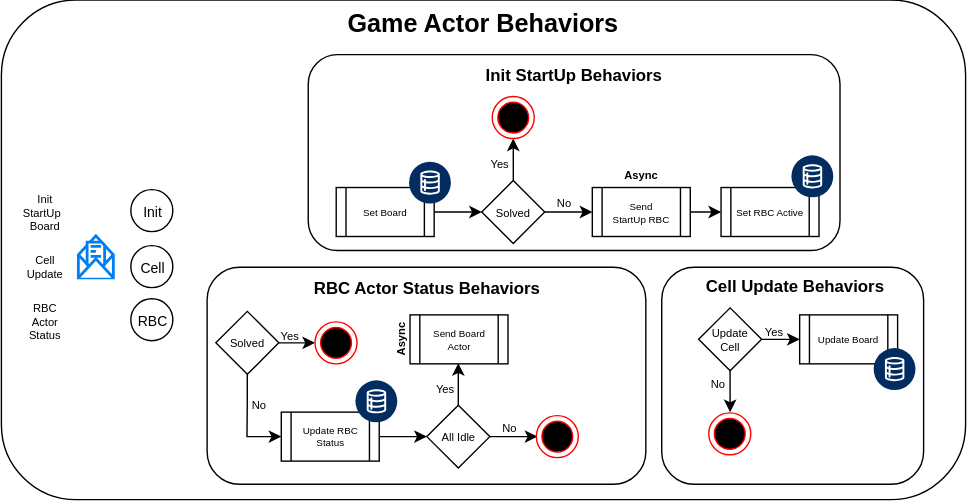
The draw.io diagram docs/GameActor.svg in sunlao/py_sudoku_solver, before a commit. Source tidied: cells renumbered, new cells last; positions are measured from the earlier drawing's top-left corner, leaving out a move shared by most shapes.
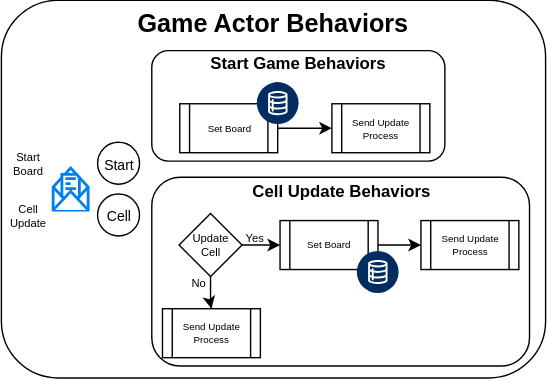
After the change.

Diff of the diagram source:
```diff
@@ -3,189 +3,79 @@
     <mxCell id="0" />
     <mxCell id="1" parent="0" />
     <mxCell id="2" style="rounded=1;whiteSpace=wrap;html=1;" parent="1" vertex="1">
-      <mxGeometry x="1" width="689" height="357" as="geometry" />
+      <mxGeometry x="1" width="389" height="270" as="geometry" />
     </mxCell>
     <mxCell id="3" style="rounded=1;whiteSpace=wrap;html=1;" parent="1" vertex="1">
-      <mxGeometry x="220.2" y="39" width="380" height="140" as="geometry" />
+      <mxGeometry x="108.5" y="36" width="209.5" height="79" as="geometry" />
     </mxCell>
-    <mxCell id="4" value="Init" style="ellipse;whiteSpace=wrap;html=1;fontSize=10;" parent="1" vertex="1">
-      <mxGeometry x="93.5" y="135.5" width="30" height="30" as="geometry" />
-    </mxCell>
     <mxCell id="5" value="Cell" style="ellipse;whiteSpace=wrap;html=1;fontSize=10;" parent="1" vertex="1">
-      <mxGeometry x="93.5" y="175.5" width="30" height="30" as="geometry" />
+      <mxGeometry x="69.8" y="138.5" width="30" height="30" as="geometry" />
     </mxCell>
     <mxCell id="6" style="html=1;verticalLabelPosition=bottom;align=center;labelBackgroundColor=#ffffff;verticalAlign=top;strokeWidth=2;strokeColor=#0080F0;shadow=0;dashed=0;shape=mxgraph.ios7.icons.envelope_(message);" parent="1" vertex="1">
-      <mxGeometry x="56" y="168.5" width="25" height="30" as="geometry" />
+      <mxGeometry x="38" y="120" width="25" height="30" as="geometry" />
     </mxCell>
-    <mxCell id="7" value="Init StartUp&amp;nbsp;&amp;nbsp;&lt;div&gt;Board&lt;/div&gt;" style="text;html=1;whiteSpace=wrap;strokeColor=none;fillColor=none;align=center;verticalAlign=middle;rounded=0;fontSize=8;" parent="1" vertex="1">
-      <mxGeometry x="17" y="136.5" width="30" height="30" as="geometry" />
-    </mxCell>
-    <mxCell id="8" style="edgeStyle=orthogonalEdgeStyle;rounded=0;jettySize=auto;html=1;" parent="1" edge="1" source="10" target="11">
-      <mxGeometry relative="1" as="geometry" />
-    </mxCell>
-    <mxCell id="9" style="edgeStyle=orthogonalEdgeStyle;rounded=0;jettySize=auto;html=1;" parent="1" edge="1" source="10" target="14">
-      <mxGeometry relative="1" as="geometry" />
-    </mxCell>
-    <mxCell id="10" value="Solved" style="rhombus;whiteSpace=wrap;html=1;fontSize=8;" parent="1" vertex="1">
-      <mxGeometry x="344.2" y="129" width="45" height="45" as="geometry" />
-    </mxCell>
-    <mxCell id="11" style="ellipse;html=1;shape=endState;fillColor=#000000;strokeColor=#ff0000;" parent="1" vertex="1">
-      <mxGeometry x="351.8" y="69" width="30" height="30" as="geometry" />
-    </mxCell>
-    <mxCell id="12" value="Yes" style="text;html=1;whiteSpace=wrap;strokeColor=none;fillColor=none;align=center;verticalAlign=middle;rounded=0;fontSize=8;" parent="1" vertex="1">
-      <mxGeometry x="347.2" y="111" width="20" height="12.5" as="geometry" />
-    </mxCell>
-    <mxCell id="13" style="edgeStyle=orthogonalEdgeStyle;rounded=0;jettySize=auto;html=1;" parent="1" edge="1" source="14" target="15">
-      <mxGeometry relative="1" as="geometry" />
-    </mxCell>
-    <mxCell id="14" value="Send &lt;br&gt;StartUp RBC" style="shape=process;whiteSpace=wrap;html=1;backgroundOutline=1;fontSize=7;" parent="1" vertex="1">
-      <mxGeometry x="423.2" y="134" width="70" height="35" as="geometry" />
-    </mxCell>
-    <mxCell id="15" value="Set RBC Active" style="shape=process;whiteSpace=wrap;html=1;backgroundOutline=1;fontSize=7;" parent="1" vertex="1">
-      <mxGeometry x="515.2" y="134" width="70" height="35" as="geometry" />
-    </mxCell>
-    <mxCell id="16" style="edgeStyle=orthogonalEdgeStyle;rounded=0;jettySize=auto;html=1;" parent="1" edge="1" source="17" target="10">
+    <mxCell id="16" style="edgeStyle=orthogonalEdgeStyle;rounded=0;jettySize=auto;html=1;entryX=0;entryY=0.5;entryDx=0;entryDy=0;" parent="1" edge="1" source="17" target="60">
       <mxGeometry relative="1" as="geometry" />
     </mxCell>
     <mxCell id="17" value="Set Board" style="shape=process;whiteSpace=wrap;html=1;backgroundOutline=1;fontSize=7;" parent="1" vertex="1">
-      <mxGeometry x="240.2" y="134" width="70" height="35" as="geometry" />
+      <mxGeometry x="128.5" y="74" width="70" height="35" as="geometry" />
     </mxCell>
     <mxCell id="18" style="verticalLabelPosition=bottom;html=1;shape=mxgraph.salesforce.data2;fillColorStyles=fillColor2,fillColor3;fillColor2=#032d60;fillColor3=#ffffff;fillColor=none;strokeColor=none;" parent="1" vertex="1">
-      <mxGeometry x="292.2" y="115.5" width="30" height="30" as="geometry" />
+      <mxGeometry x="183.5" y="58.5" width="30" height="30" as="geometry" />
     </mxCell>
-    <mxCell id="19" style="verticalLabelPosition=bottom;html=1;shape=mxgraph.salesforce.data2;fillColorStyles=fillColor2,fillColor3;fillColor2=#032d60;fillColor3=#ffffff;fillColor=none;strokeColor=none;" parent="1" vertex="1">
-      <mxGeometry x="565.5" y="111" width="30" height="30" as="geometry" />
-    </mxCell>
     <mxCell id="20" value="Cell Update" style="text;html=1;whiteSpace=wrap;strokeColor=none;fillColor=none;align=center;verticalAlign=middle;rounded=0;fontSize=8;" parent="1" vertex="1">
-      <mxGeometry x="17" y="176" width="30" height="30" as="geometry" />
+      <mxGeometry x="5.2" y="138.5" width="30" height="30" as="geometry" />
     </mxCell>
-    <mxCell id="21" value="Init StartUp Behaviors" style="text;html=1;whiteSpace=wrap;strokeColor=none;fillColor=none;align=center;verticalAlign=middle;rounded=0;fontStyle=1;" parent="1" vertex="1">
-      <mxGeometry x="219.8" y="39" width="380" height="30" as="geometry" />
+    <mxCell id="21" value="Start Game Behaviors" style="text;html=1;whiteSpace=wrap;strokeColor=none;fillColor=none;align=center;verticalAlign=middle;rounded=0;fontStyle=1;" parent="1" vertex="1">
+      <mxGeometry x="108" y="36" width="210" height="18" as="geometry" />
     </mxCell>
-    <mxCell id="22" value="No" style="text;html=1;whiteSpace=wrap;strokeColor=none;fillColor=none;align=center;verticalAlign=middle;rounded=0;fontSize=8;" parent="1" vertex="1">
-      <mxGeometry x="393.2" y="139" width="20" height="12.5" as="geometry" />
-    </mxCell>
-    <mxCell id="23" value="End" style="text;html=1;whiteSpace=wrap;strokeColor=none;fillColor=none;align=center;verticalAlign=middle;rounded=0;fontSize=8;fontColor=light-dark(#000000,#000000);" parent="1" vertex="1">
-      <mxGeometry x="356.2" y="77.8" width="20" height="12.5" as="geometry" />
-    </mxCell>
-    <mxCell id="24" style="rounded=1;whiteSpace=wrap;html=1;" parent="1" vertex="1">
-      <mxGeometry x="148" y="191" width="313.5" height="155" as="geometry" />
-    </mxCell>
-    <mxCell id="25" value="RBC Actor Status Behaviors" style="text;html=1;whiteSpace=wrap;strokeColor=none;fillColor=none;align=center;verticalAlign=middle;rounded=0;fontStyle=1;" parent="1" vertex="1">
-      <mxGeometry x="150" y="191" width="310" height="30" as="geometry" />
-    </mxCell>
-    <mxCell id="26" style="edgeStyle=orthogonalEdgeStyle;rounded=0;jettySize=auto;html=1;" parent="1" edge="1" source="28">
-      <mxGeometry relative="1" as="geometry">
-        <mxPoint x="327.5" y="259.5" as="targetPoint" />
-      </mxGeometry>
-    </mxCell>
-    <mxCell id="27" style="edgeStyle=orthogonalEdgeStyle;rounded=0;jettySize=auto;html=1;" parent="1" edge="1" source="28">
-      <mxGeometry relative="1" as="geometry">
-        <mxPoint x="384" y="312" as="targetPoint" />
-      </mxGeometry>
-    </mxCell>
-    <mxCell id="28" value="All Idle" style="rhombus;whiteSpace=wrap;html=1;fontSize=8;" parent="1" vertex="1">
-      <mxGeometry x="305" y="289.5" width="45" height="45" as="geometry" />
-    </mxCell>
-    <mxCell id="29" value="Yes" style="text;html=1;whiteSpace=wrap;strokeColor=none;fillColor=none;align=center;verticalAlign=middle;rounded=0;fontSize=8;" parent="1" vertex="1">
-      <mxGeometry x="308" y="271.5" width="20" height="12.5" as="geometry" />
-    </mxCell>
-    <mxCell id="30" style="edgeStyle=orthogonalEdgeStyle;rounded=0;jettySize=auto;html=1;" parent="1" edge="1" source="31" target="28">
-      <mxGeometry relative="1" as="geometry" />
-    </mxCell>
-    <mxCell id="31" value="Update RBC Status" style="shape=process;whiteSpace=wrap;html=1;backgroundOutline=1;fontSize=7;" parent="1" vertex="1">
-      <mxGeometry x="201" y="294.5" width="70" height="35" as="geometry" />
-    </mxCell>
-    <mxCell id="32" style="verticalLabelPosition=bottom;html=1;shape=mxgraph.salesforce.data2;fillColorStyles=fillColor2,fillColor3;fillColor2=#032d60;fillColor3=#ffffff;fillColor=none;strokeColor=none;" parent="1" vertex="1">
-      <mxGeometry x="253.9" y="271.8" width="30" height="30" as="geometry" />
-    </mxCell>
-    <mxCell id="33" value="No" style="text;html=1;whiteSpace=wrap;strokeColor=none;fillColor=none;align=center;verticalAlign=middle;rounded=0;fontSize=8;" parent="1" vertex="1">
-      <mxGeometry x="354" y="299.5" width="20" height="12.5" as="geometry" />
-    </mxCell>
-    <mxCell id="34" value="Send Board Actor" style="shape=process;whiteSpace=wrap;html=1;backgroundOutline=1;fontSize=7;" parent="1" vertex="1">
-      <mxGeometry x="293" y="225" width="70" height="35" as="geometry" />
-    </mxCell>
-    <mxCell id="35" value="RBC" style="ellipse;whiteSpace=wrap;html=1;fontSize=10;" parent="1" vertex="1">
-      <mxGeometry x="93.5" y="213.5" width="30" height="30" as="geometry" />
-    </mxCell>
-    <mxCell id="36" value="RBC Actor Status" style="text;html=1;whiteSpace=wrap;strokeColor=none;fillColor=none;align=center;verticalAlign=middle;rounded=0;fontSize=8;" parent="1" vertex="1">
-      <mxGeometry x="17" y="215" width="30" height="30" as="geometry" />
-    </mxCell>
-    <mxCell id="37" value="Async" style="text;html=1;whiteSpace=wrap;strokeColor=none;fillColor=none;align=center;verticalAlign=middle;rounded=0;fontSize=8;fontStyle=1;" parent="1" vertex="1">
-      <mxGeometry x="448.2" y="118.5" width="20" height="12.5" as="geometry" />
-    </mxCell>
-    <mxCell id="38" value="Async" style="text;html=1;whiteSpace=wrap;strokeColor=none;fillColor=none;align=center;verticalAlign=middle;rounded=0;fontSize=8;fontStyle=1;horizontal=0;" parent="1" vertex="1">
-      <mxGeometry x="276" y="236.2" width="20" height="12.5" as="geometry" />
-    </mxCell>
     <mxCell id="39" value="Game Actor Behaviors" style="text;html=1;whiteSpace=wrap;strokeColor=none;fillColor=none;align=center;verticalAlign=middle;rounded=0;fontStyle=1;fontSize=18;" parent="1" vertex="1">
-      <mxGeometry y="3" width="690" height="27" as="geometry" />
+      <mxGeometry y="3" width="390" height="27" as="geometry" />
     </mxCell>
     <mxCell id="40" style="rounded=1;whiteSpace=wrap;html=1;" parent="1" vertex="1">
-      <mxGeometry x="472.9" y="191" width="187.1" height="155" as="geometry" />
+      <mxGeometry x="108.5" y="126.5" width="270" height="135" as="geometry" />
     </mxCell>
     <mxCell id="41" style="edgeStyle=orthogonalEdgeStyle;rounded=0;jettySize=auto;html=1;" parent="1" edge="1" source="43" target="44">
       <mxGeometry relative="1" as="geometry" />
     </mxCell>
-    <mxCell id="42" style="edgeStyle=orthogonalEdgeStyle;rounded=0;jettySize=auto;html=1;entryX=0.5;entryY=0;entryDx=0;entryDy=0;" parent="1" edge="1" source="43">
-      <mxGeometry relative="1" as="geometry">
-        <mxPoint x="521.7" y="294.5" as="targetPoint" />
-      </mxGeometry>
+    <mxCell id="42" style="edgeStyle=orthogonalEdgeStyle;rounded=0;jettySize=auto;html=1;entryX=0.5;entryY=0;entryDx=0;entryDy=0;" parent="1" edge="1" source="43" target="65">
+      <mxGeometry relative="1" as="geometry" />
     </mxCell>
     <mxCell id="43" value="Update&lt;div&gt;Cell&lt;/div&gt;" style="rhombus;whiteSpace=wrap;html=1;fontSize=8;" parent="1" vertex="1">
-      <mxGeometry x="499.2" y="220" width="45" height="45" as="geometry" />
+      <mxGeometry x="128" y="152.5" width="45" height="45" as="geometry" />
     </mxCell>
-    <mxCell id="44" value="Update Board" style="shape=process;whiteSpace=wrap;html=1;backgroundOutline=1;fontSize=7;" parent="1" vertex="1">
-      <mxGeometry x="571.4" y="225" width="70" height="35" as="geometry" />
+    <mxCell id="44" value="Set Board" style="shape=process;whiteSpace=wrap;html=1;backgroundOutline=1;fontSize=7;" parent="1" vertex="1">
+      <mxGeometry x="200.2" y="157.5" width="70" height="35" as="geometry" />
     </mxCell>
     <mxCell id="45" style="verticalLabelPosition=bottom;html=1;shape=mxgraph.salesforce.data2;fillColorStyles=fillColor2,fillColor3;fillColor2=#032d60;fillColor3=#ffffff;fillColor=none;strokeColor=none;" parent="1" vertex="1">
-      <mxGeometry x="624.2" y="248.8" width="30" height="30" as="geometry" />
+      <mxGeometry x="255" y="179.2" width="30" height="30" as="geometry" />
     </mxCell>
     <mxCell id="46" value="Yes" style="text;html=1;whiteSpace=wrap;strokeColor=none;fillColor=none;align=center;verticalAlign=middle;rounded=0;fontSize=8;" parent="1" vertex="1">
-      <mxGeometry x="543.2" y="231" width="20" height="12.5" as="geometry" />
+      <mxGeometry x="172" y="163.5" width="20" height="12.5" as="geometry" />
     </mxCell>
     <mxCell id="47" value="No" style="text;html=1;whiteSpace=wrap;strokeColor=none;fillColor=none;align=center;verticalAlign=middle;rounded=0;fontSize=8;" parent="1" vertex="1">
-      <mxGeometry x="503.4" y="268" width="20" height="12.5" as="geometry" />
+      <mxGeometry x="132.1" y="195.5" width="20" height="12.5" as="geometry" />
     </mxCell>
+    <mxCell id="60" value="Send Update Process" style="shape=process;whiteSpace=wrap;html=1;backgroundOutline=1;fontSize=7;" parent="1" vertex="1">
+      <mxGeometry x="237.2" y="74" width="70" height="35" as="geometry" />
+    </mxCell>
+    <mxCell id="61" value="Start Board" style="text;html=1;whiteSpace=wrap;strokeColor=none;fillColor=none;align=center;verticalAlign=middle;rounded=0;fontSize=8;" parent="1" vertex="1">
+      <mxGeometry x="5.2" y="101.5" width="30" height="30" as="geometry" />
+    </mxCell>
+    <mxCell id="62" value="Start" style="ellipse;whiteSpace=wrap;html=1;fontSize=10;" parent="1" vertex="1">
+      <mxGeometry x="69.8" y="101.5" width="30" height="30" as="geometry" />
+    </mxCell>
+    <mxCell id="63" value="Send Update Process" style="shape=process;whiteSpace=wrap;html=1;backgroundOutline=1;fontSize=7;" parent="1" vertex="1">
+      <mxGeometry x="300.9" y="157.5" width="70" height="35" as="geometry" />
+    </mxCell>
+    <mxCell id="64" style="edgeStyle=orthogonalEdgeStyle;rounded=0;jettySize=auto;html=1;entryX=0;entryY=0.5;entryDx=0;entryDy=0;" parent="1" edge="1" source="44" target="63">
+      <mxGeometry relative="1" as="geometry" />
+    </mxCell>
+    <mxCell id="65" value="Send Update Process" style="shape=process;whiteSpace=wrap;html=1;backgroundOutline=1;fontSize=7;" parent="1" vertex="1">
+      <mxGeometry x="116.1" y="220.5" width="70" height="35" as="geometry" />
+    </mxCell>
     <mxCell id="48" value="Cell Update Behaviors" style="text;html=1;whiteSpace=wrap;strokeColor=none;fillColor=none;align=center;verticalAlign=middle;rounded=0;fontStyle=1;" parent="1" vertex="1">
-      <mxGeometry x="474.5" y="190" width="185.5" height="30" as="geometry" />
+      <mxGeometry x="108.5" y="127.5" width="269.5" height="18" as="geometry" />
     </mxCell>
-    <mxCell id="49" style="edgeStyle=orthogonalEdgeStyle;rounded=0;jettySize=auto;html=1;entryX=0;entryY=0.5;entryDx=0;entryDy=0;" parent="1" edge="1" source="51" target="52">
-      <mxGeometry relative="1" as="geometry" />
-    </mxCell>
-    <mxCell id="50" style="edgeStyle=orthogonalEdgeStyle;rounded=0;jettySize=auto;html=1;entryX=0;entryY=0.5;entryDx=0;entryDy=0;" parent="1" edge="1" source="51" target="31">
-      <mxGeometry relative="1" as="geometry">
-        <Array as="points">
-          <mxPoint x="176.5" y="288" />
-          <mxPoint x="176.5" y="312" />
-        </Array>
-      </mxGeometry>
-    </mxCell>
-    <mxCell id="51" value="Solved" style="rhombus;whiteSpace=wrap;html=1;fontSize=8;" parent="1" vertex="1">
-      <mxGeometry x="154.2" y="222.5" width="45" height="45" as="geometry" />
-    </mxCell>
-    <mxCell id="52" style="ellipse;html=1;shape=endState;fillColor=#000000;strokeColor=#ff0000;" parent="1" vertex="1">
-      <mxGeometry x="225.1" y="230" width="30" height="30" as="geometry" />
-    </mxCell>
-    <mxCell id="53" value="Yes" style="text;html=1;whiteSpace=wrap;strokeColor=none;fillColor=none;align=center;verticalAlign=middle;rounded=0;fontSize=8;" parent="1" vertex="1">
-      <mxGeometry x="197" y="234" width="20" height="12.5" as="geometry" />
-    </mxCell>
-    <mxCell id="54" value="End" style="text;html=1;whiteSpace=wrap;strokeColor=none;fillColor=none;align=center;verticalAlign=middle;rounded=0;fontSize=8;fontColor=light-dark(#000000,#000000);" parent="1" vertex="1">
-      <mxGeometry x="229.6" y="238.8" width="20" height="12.5" as="geometry" />
-    </mxCell>
-    <mxCell id="55" value="No" style="text;html=1;whiteSpace=wrap;strokeColor=none;fillColor=none;align=center;verticalAlign=middle;rounded=0;fontSize=8;" parent="1" vertex="1">
-      <mxGeometry x="174.5" y="283" width="20" height="12.5" as="geometry" />
-    </mxCell>
-    <mxCell id="56" style="ellipse;html=1;shape=endState;fillColor=#000000;strokeColor=#ff0000;" parent="1" vertex="1">
-      <mxGeometry x="383.2" y="297" width="30" height="30" as="geometry" />
-    </mxCell>
-    <mxCell id="57" value="End" style="text;html=1;whiteSpace=wrap;strokeColor=none;fillColor=none;align=center;verticalAlign=middle;rounded=0;fontSize=8;fontColor=light-dark(#000000,#000000);" parent="1" vertex="1">
-      <mxGeometry x="387.8" y="305.8" width="20" height="12.5" as="geometry" />
-    </mxCell>
-    <mxCell id="58" style="ellipse;html=1;shape=endState;fillColor=#000000;strokeColor=#ff0000;" parent="1" vertex="1">
-      <mxGeometry x="506.5" y="295" width="30" height="30" as="geometry" />
-    </mxCell>
-    <mxCell id="59" value="End" style="text;html=1;whiteSpace=wrap;strokeColor=none;fillColor=none;align=center;verticalAlign=middle;rounded=0;fontSize=8;fontColor=light-dark(#000000,#000000);" parent="1" vertex="1">
-      <mxGeometry x="511" y="303.8" width="20" height="12.5" as="geometry" />
-    </mxCell>
   </root>
 </mxGraphModel>
```
